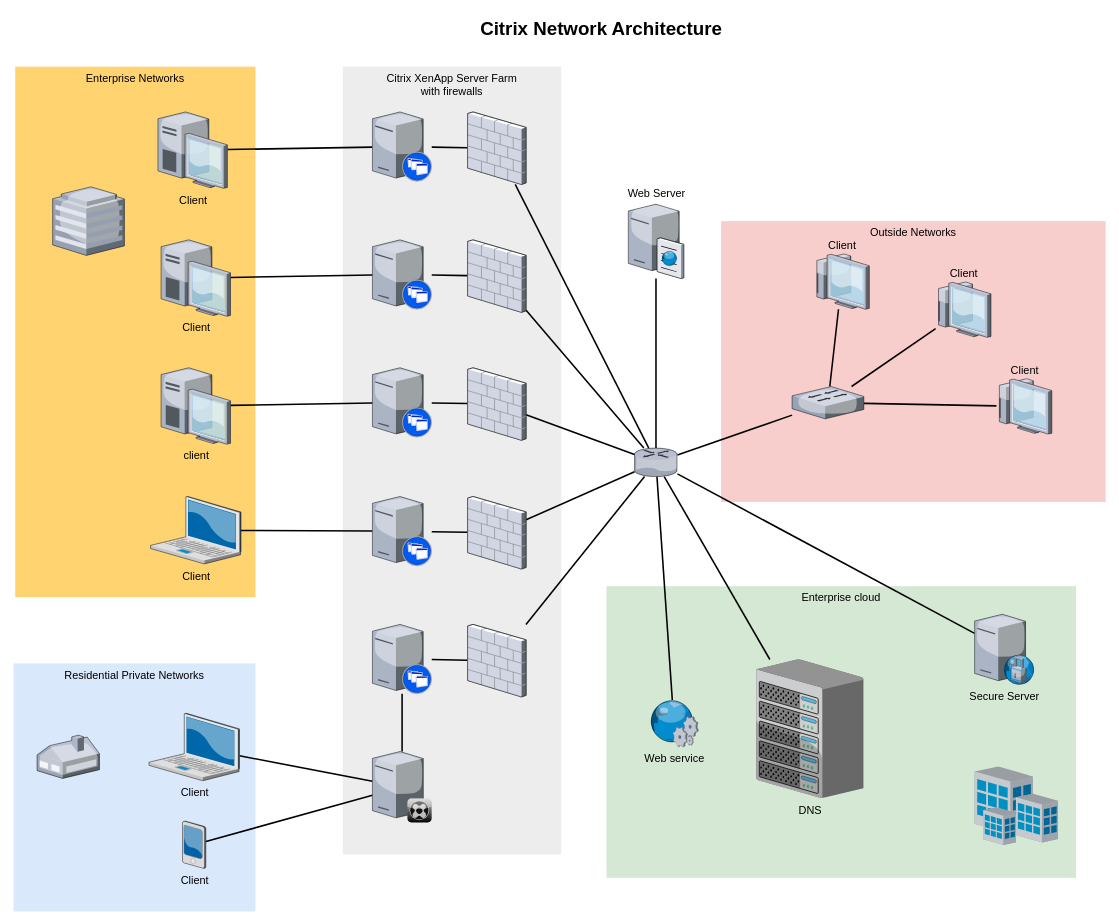
Before: doc/Untitled Diagram.drawio in dreamloster/com.nikoyo.springboot, a draw.io diagram. Source tidied: cells renumbered, new cells numbered last; positions are measured from the earlier drawing's top-left corner, leaving out a move shared by most shapes. Both pictures are drawn from the tidied source at 78%, with x=0, y=0 at pixel (13, 13). Pictures stored in the file or linked from it are replaced by grey dashed boxes.
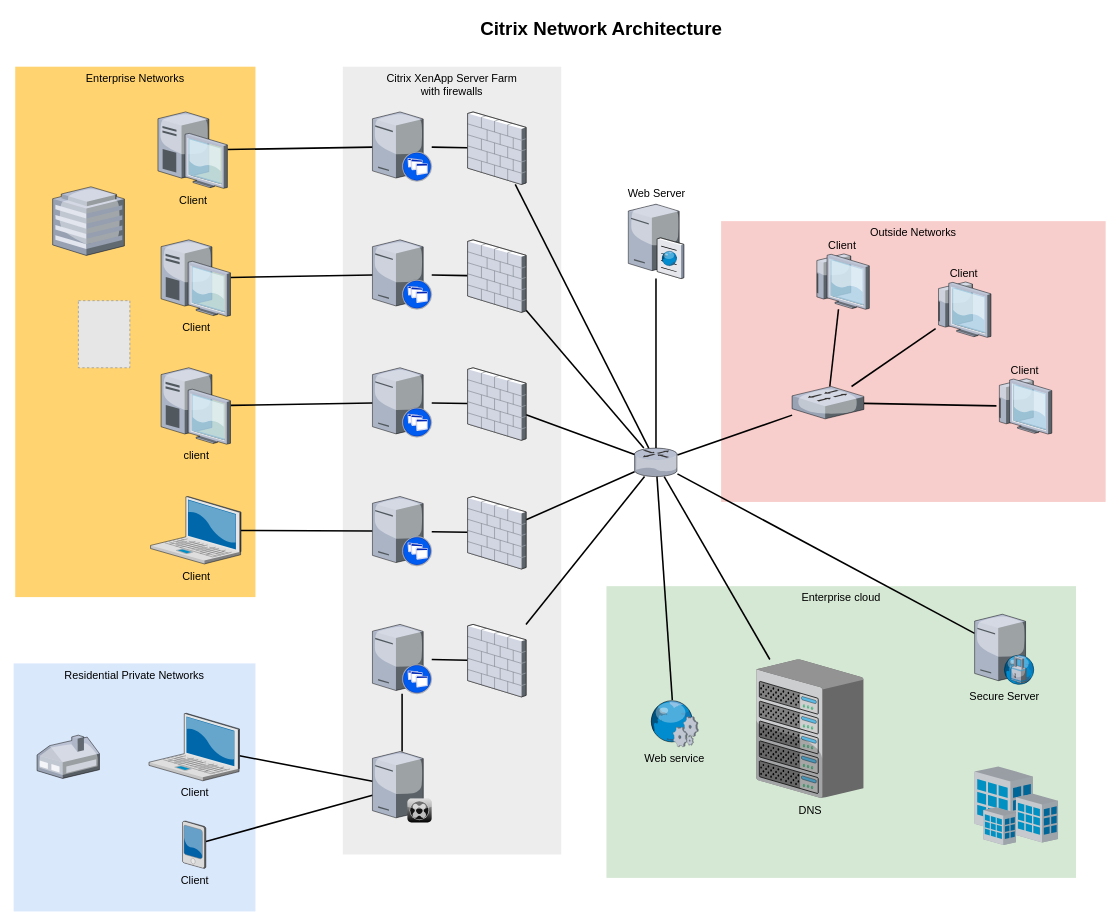
Above is the later version.

The edit, as a diff of the source:
```diff
@@
+    <mxCell id="62" style="fillColor=#E6E6E6;strokeColor=#999999;dashed=1;verticalLabelPosition=bottom;labelBackgroundColor=default;verticalAlign=top;" parent="1" vertex="1">
+      <mxGeometry x="83" y="368" width="66" height="86" as="geometry" />
+    </mxCell>
```
